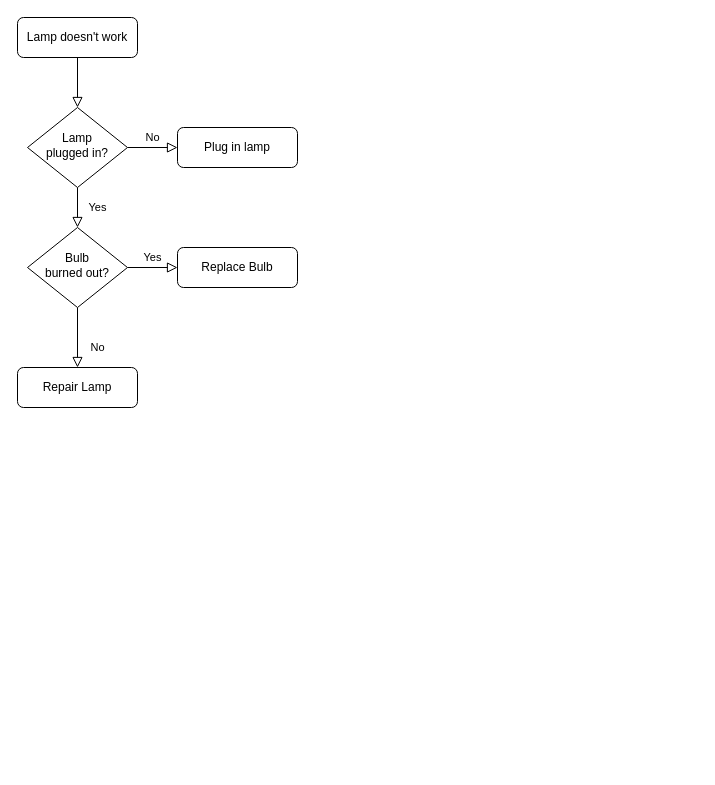
davidkirchknopf/dawinD keeps this draw.io diagram as Untitled Diagram.drawio. Above is the earlier version. Source tidied: cells renumbered, new cells numbered last; positions are measured from the earlier drawing's top-left corner, leaving out a move shared by most shapes. Both pictures are drawn from the tidied source at 100%, with x=0, y=0 at pixel (17, 17).
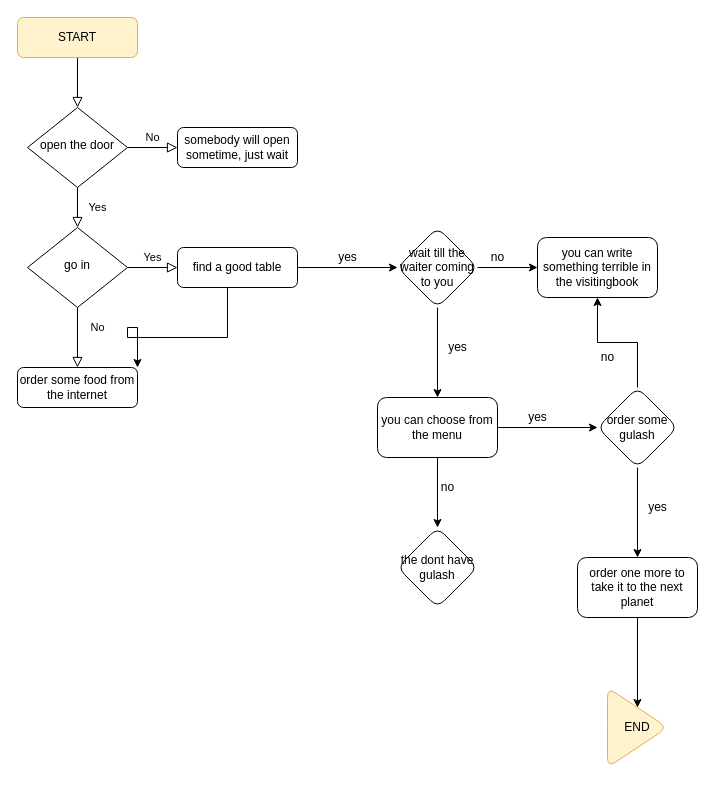
Above is the later version.

The edit, as a diff of the source:
```diff
@@
-    <mxCell id="3" value="Lamp doesn't work" style="rounded=1;whiteSpace=wrap;html=1;fontSize=12;glass=0;strokeWidth=1;shadow=0;" parent="1" vertex="1">
+    <mxCell id="3" value="START" style="rounded=1;whiteSpace=wrap;html=1;fontSize=12;glass=0;strokeWidth=1;shadow=0;fillColor=#fff2cc;strokeColor=#d6b656;" parent="1" vertex="1">
       <mxGeometry width="120" height="40" as="geometry" />
     </mxCell>
@@
-    <mxCell id="6" value="Lamp&lt;br&gt;plugged in?" style="rhombus;whiteSpace=wrap;html=1;shadow=0;fontFamily=Helvetica;fontSize=12;align=center;strokeWidth=1;spacing=6;spacingTop=-4;" parent="1" vertex="1">
+    <mxCell id="6" value="open the door" style="rhombus;whiteSpace=wrap;html=1;shadow=0;fontFamily=Helvetica;fontSize=12;align=center;strokeWidth=1;spacing=6;spacingTop=-4;" parent="1" vertex="1">
       <mxGeometry x="10" y="90" width="100" height="80" as="geometry" />
     </mxCell>
-    <mxCell id="7" value="Plug in lamp" style="rounded=1;whiteSpace=wrap;html=1;fontSize=12;glass=0;strokeWidth=1;shadow=0;" parent="1" vertex="1">
+    <mxCell id="7" value="somebody will open sometime, just wait" style="rounded=1;whiteSpace=wrap;html=1;fontSize=12;glass=0;strokeWidth=1;shadow=0;" parent="1" vertex="1">
       <mxGeometry x="160" y="110" width="120" height="40" as="geometry" />
     </mxCell>
     <mxCell id="8" value="No" style="rounded=0;html=1;jettySize=auto;fontSize=11;endArrow=block;endFill=0;endSize=8;strokeWidth=1;shadow=0;labelBackgroundColor=none;edgeStyle=orthogonalEdgeStyle;" parent="1" edge="1" source="10" target="11">
-      <mxGeometry x="0.33" y="20" relative="1" as="geometry" />
+      <mxGeometry x="-0.33" y="20" relative="1" as="geometry" />
     </mxCell>
@@
-    <mxCell id="10" value="Bulb&lt;br&gt;burned out?" style="rhombus;whiteSpace=wrap;html=1;shadow=0;fontFamily=Helvetica;fontSize=12;align=center;strokeWidth=1;spacing=6;spacingTop=-4;" parent="1" vertex="1">
+    <mxCell id="10" value="go in" style="rhombus;whiteSpace=wrap;html=1;shadow=0;fontFamily=Helvetica;fontSize=12;align=center;strokeWidth=1;spacing=6;spacingTop=-4;" parent="1" vertex="1">
       <mxGeometry x="10" y="210" width="100" height="80" as="geometry" />
     </mxCell>
-    <mxCell id="11" value="Repair Lamp" style="rounded=1;whiteSpace=wrap;html=1;fontSize=12;glass=0;strokeWidth=1;shadow=0;" parent="1" vertex="1">
+    <mxCell id="11" value="order some food from the internet" style="rounded=1;whiteSpace=wrap;html=1;fontSize=12;glass=0;strokeWidth=1;shadow=0;" parent="1" vertex="1">
       <mxGeometry y="350" width="120" height="40" as="geometry" />
     </mxCell>
+    <mxCell id="13" style="edgeStyle=orthogonalEdgeStyle;rounded=0;jettySize=auto;html=1;" parent="1" edge="1" source="12" target="17">
+      <mxGeometry relative="1" as="geometry" />
+    </mxCell>
+    <mxCell id="14" style="edgeStyle=orthogonalEdgeStyle;rounded=0;jettySize=auto;html=1;entryX=1;entryY=0;entryDx=0;entryDy=0;" parent="1" edge="1" source="12" target="11">
+      <mxGeometry relative="1" as="geometry">
+        <Array as="points">
+          <mxPoint x="210" y="320" />
+          <mxPoint x="110" y="320" />
+          <mxPoint x="110" y="310" />
+          <mxPoint x="120" y="310" />
+        </Array>
+      </mxGeometry>
+    </mxCell>
-    <mxCell id="12" value="Replace Bulb" style="rounded=1;whiteSpace=wrap;html=1;fontSize=12;glass=0;strokeWidth=1;shadow=0;" parent="1" vertex="1">
+    <mxCell id="12" value="find a good table" style="rounded=1;whiteSpace=wrap;html=1;fontSize=12;glass=0;strokeWidth=1;shadow=0;" parent="1" vertex="1">
       <mxGeometry x="160" y="230" width="120" height="40" as="geometry" />
     </mxCell>
+    <mxCell id="15" style="edgeStyle=orthogonalEdgeStyle;rounded=0;jettySize=auto;html=1;" parent="1" edge="1" source="17" target="20">
+      <mxGeometry relative="1" as="geometry" />
+    </mxCell>
+    <mxCell id="16" style="edgeStyle=orthogonalEdgeStyle;rounded=0;jettySize=auto;html=1;" parent="1" edge="1" source="17" target="22">
+      <mxGeometry relative="1" as="geometry" />
+    </mxCell>
+    <mxCell id="17" value="wait till the waiter coming to you" style="rhombus;whiteSpace=wrap;html=1;rounded=1;shadow=0;strokeWidth=1;glass=0;" parent="1" vertex="1">
+      <mxGeometry x="380" y="210" width="80" height="80" as="geometry" />
+    </mxCell>
+    <mxCell id="18" style="edgeStyle=orthogonalEdgeStyle;rounded=0;jettySize=auto;html=1;" parent="1" edge="1" source="20" target="26">
+      <mxGeometry relative="1" as="geometry" />
+    </mxCell>
+    <mxCell id="19" style="edgeStyle=orthogonalEdgeStyle;rounded=0;jettySize=auto;html=1;" parent="1" edge="1" source="20" target="32">
+      <mxGeometry relative="1" as="geometry" />
+    </mxCell>
+    <mxCell id="20" value="you can choose from the menu" style="whiteSpace=wrap;html=1;rounded=1;shadow=0;strokeWidth=1;glass=0;" parent="1" vertex="1">
+      <mxGeometry x="360" y="380" width="120" height="60" as="geometry" />
+    </mxCell>
+    <mxCell id="21" value="yes" style="text;html=1;align=center;verticalAlign=middle;" parent="1" vertex="1">
+      <mxGeometry x="425" y="320" width="30" height="20" as="geometry" />
+    </mxCell>
+    <mxCell id="22" value="you can write something terrible in the visitingbook" style="whiteSpace=wrap;html=1;rounded=1;shadow=0;strokeWidth=1;glass=0;" parent="1" vertex="1">
+      <mxGeometry x="520" y="220" width="120" height="60" as="geometry" />
+    </mxCell>
+    <mxCell id="23" value="no" style="text;html=1;align=center;verticalAlign=middle;" parent="1" vertex="1">
+      <mxGeometry x="465" y="230" width="30" height="20" as="geometry" />
+    </mxCell>
+    <mxCell id="24" style="edgeStyle=orthogonalEdgeStyle;rounded=0;jettySize=auto;html=1;" parent="1" edge="1" source="26" target="28">
+      <mxGeometry relative="1" as="geometry" />
+    </mxCell>
+    <mxCell id="25" style="edgeStyle=orthogonalEdgeStyle;rounded=0;jettySize=auto;html=1;" parent="1" edge="1" source="26" target="22">
+      <mxGeometry relative="1" as="geometry" />
+    </mxCell>
+    <mxCell id="26" value="order some gulash" style="rhombus;whiteSpace=wrap;html=1;rounded=1;shadow=0;strokeWidth=1;glass=0;" parent="1" vertex="1">
+      <mxGeometry x="580" y="370" width="80" height="80" as="geometry" />
+    </mxCell>
+    <mxCell id="27" style="edgeStyle=orthogonalEdgeStyle;rounded=0;jettySize=auto;html=1;" parent="1" edge="1" source="28" target="34">
+      <mxGeometry relative="1" as="geometry" />
+    </mxCell>
+    <mxCell id="28" value="order one more to take it to the next planet" style="whiteSpace=wrap;html=1;rounded=1;shadow=0;strokeWidth=1;glass=0;" parent="1" vertex="1">
+      <mxGeometry x="560" y="540" width="120" height="60" as="geometry" />
+    </mxCell>
+    <mxCell id="29" value="yes" style="text;html=1;align=center;verticalAlign=middle;" parent="1" vertex="1">
+      <mxGeometry x="625" y="480" width="30" height="20" as="geometry" />
+    </mxCell>
+    <mxCell id="30" value="no" style="text;html=1;align=center;verticalAlign=middle;" parent="1" vertex="1">
+      <mxGeometry x="575" y="330" width="30" height="20" as="geometry" />
+    </mxCell>
+    <mxCell id="31" value="yes" style="text;html=1;align=center;verticalAlign=middle;" parent="1" vertex="1">
+      <mxGeometry x="505" y="390" width="30" height="20" as="geometry" />
+    </mxCell>
+    <mxCell id="32" value="the dont have gulash" style="rhombus;whiteSpace=wrap;html=1;rounded=1;shadow=0;strokeWidth=1;glass=0;" parent="1" vertex="1">
+      <mxGeometry x="380" y="510" width="80" height="80" as="geometry" />
+    </mxCell>
+    <mxCell id="33" value="no" style="text;html=1;align=center;verticalAlign=middle;" parent="1" vertex="1">
+      <mxGeometry x="415" y="460" width="30" height="20" as="geometry" />
+    </mxCell>
+    <mxCell id="34" value="END" style="triangle;whiteSpace=wrap;html=1;rounded=1;shadow=0;strokeWidth=1;glass=0;fillColor=#fff2cc;strokeColor=#d6b656;" parent="1" vertex="1">
+      <mxGeometry x="590" y="670" width="60" height="80" as="geometry" />
+    </mxCell>
+    <mxCell id="35" value="yes" style="text;html=1;align=center;verticalAlign=middle;" parent="1" vertex="1">
+      <mxGeometry x="315" y="230" width="30" height="20" as="geometry" />
+    </mxCell>
```
